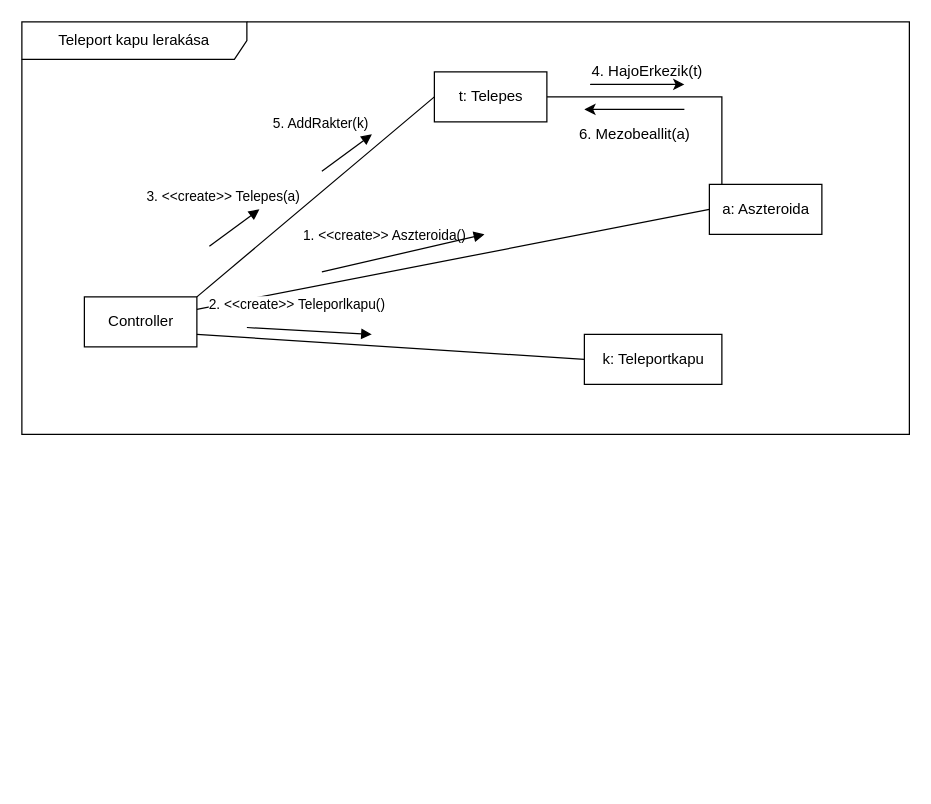
The draw.io diagram doc/kommunikacio/TeleportLerak.drawio in torpeBoiGo/aszteroidabanyaszat, before the edit. Source tidied: cells renumbered, new cells numbered last; positions are measured from the earlier drawing's top-left corner, leaving out a move shared by most shapes. Both pictures are drawn from the tidied source at 125%, with x=0, y=0 at pixel (21, 21).
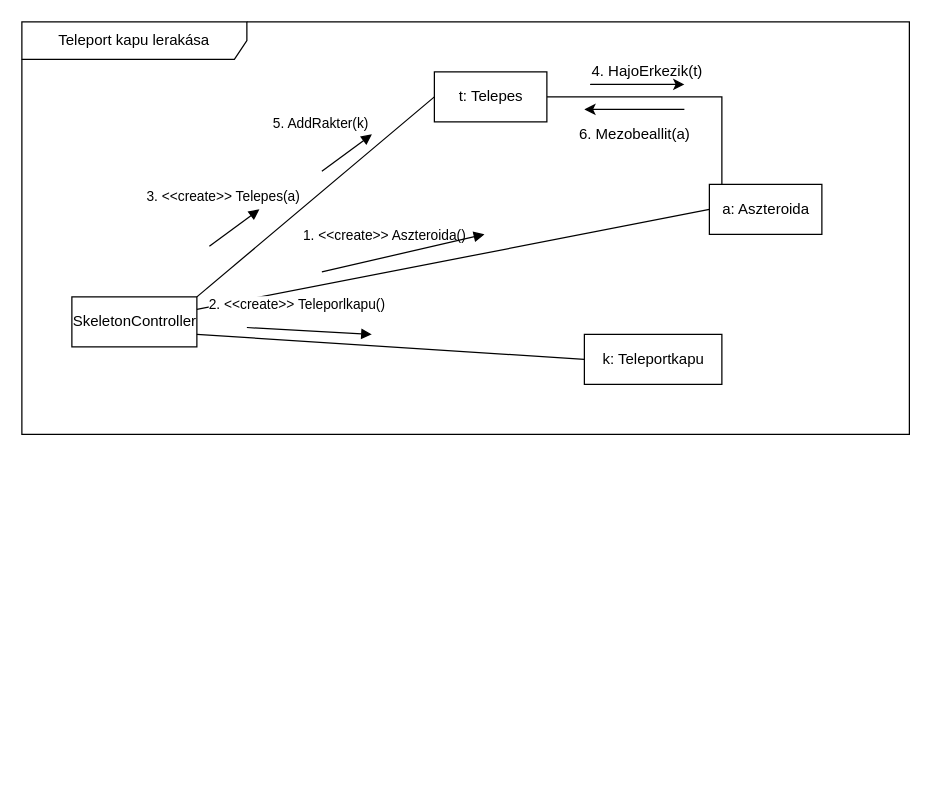
The same diagram, later.

Diff of the diagram source:
```diff
@@
-    <mxCell id="7" value="Controller" style="html=1;" parent="1" vertex="1">
-      <mxGeometry x="50" y="220" width="90" height="40" as="geometry" />
+    <mxCell id="7" value="SkeletonController" style="html=1;" parent="1" vertex="1">
+      <mxGeometry x="40" y="220" width="100" height="40" as="geometry" />
     </mxCell>
```
